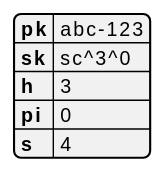
This is docs/diagrams/event_score.svg from Evertras/live-leaderboards, a PlantUML export, as it was before one commit.
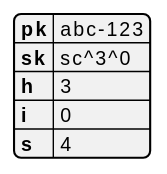
The same file after the commit.

What changed in the source:
```diff
@@ -3,7 +3,7 @@
 pk: abc-123
 sk: sc^3^0
 h: 3
-pi: 0
+i: 0
 s: 4
 
 @endyaml
```
